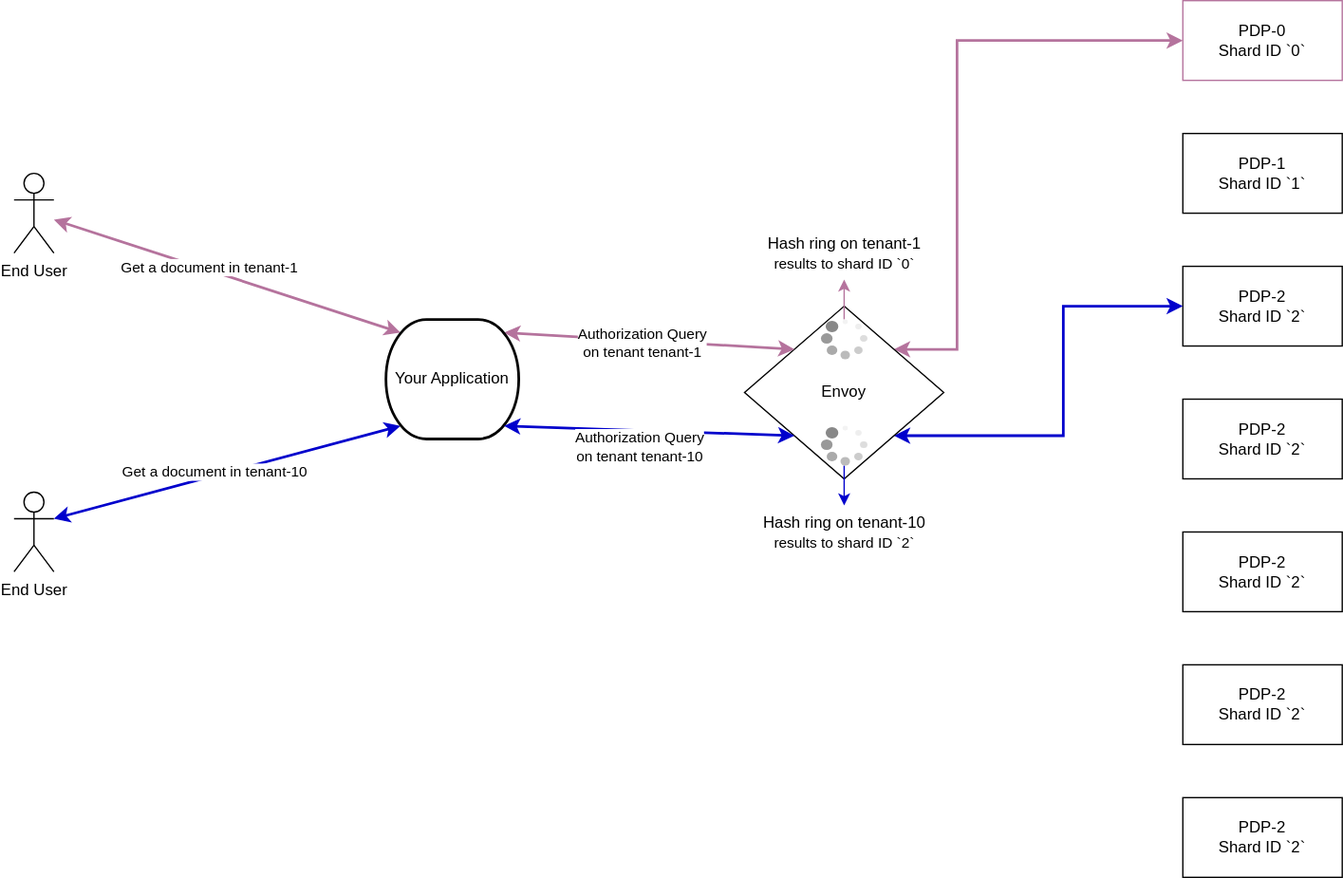
permitio/docs keeps this draw.io diagram as static/img/diagrams/sharded-pdps-diagram.svg. Above is the earlier version. Source tidied: cells renumbered, new cells last; positions are measured from the earlier drawing's top-left corner, leaving out a move shared by most shapes. The source it was exported from:
```xml
<mxGraphModel>
  <root>
    <mxCell id="0" />
    <mxCell id="1" parent="0" />
    <mxCell id="2" value="PDP-0&lt;br&gt;Shard ID `0`" style="rounded=0;whiteSpace=wrap;html=1;strokeColor=#B5739D;" parent="1" vertex="1">
      <mxGeometry x="880" width="120" height="60" as="geometry" />
    </mxCell>
    <mxCell id="3" value="PDP-1&lt;br&gt;Shard ID `1`" style="rounded=0;whiteSpace=wrap;html=1;" parent="1" vertex="1">
      <mxGeometry x="880" y="100" width="120" height="60" as="geometry" />
    </mxCell>
    <mxCell id="4" value="PDP-2&lt;br&gt;Shard ID `2`" style="rounded=0;whiteSpace=wrap;html=1;" parent="1" vertex="1">
      <mxGeometry x="880" y="200" width="120" height="60" as="geometry" />
    </mxCell>
    <mxCell id="5" style="edgeStyle=orthogonalEdgeStyle;rounded=0;jettySize=auto;html=1;entryX=0;entryY=0.5;entryDx=0;entryDy=0;exitX=1;exitY=0;exitDx=0;exitDy=0;strokeColor=#B5739D;startArrow=classic;startFill=1;strokeWidth=2;" parent="1" edge="1" source="7" target="2">
      <mxGeometry relative="1" as="geometry">
        <Array as="points">
          <mxPoint x="710" y="263" />
          <mxPoint x="710" y="30" />
        </Array>
      </mxGeometry>
    </mxCell>
    <mxCell id="6" style="edgeStyle=orthogonalEdgeStyle;rounded=0;jettySize=auto;html=1;exitX=1;exitY=1;exitDx=0;exitDy=0;entryX=0;entryY=0.5;entryDx=0;entryDy=0;strokeColor=#0000CC;startArrow=classic;startFill=1;strokeWidth=2;" parent="1" edge="1" source="7" target="4">
      <mxGeometry relative="1" as="geometry" />
    </mxCell>
    <mxCell id="7" value="Envoy" style="rhombus;whiteSpace=wrap;html=1;" parent="1" vertex="1">
      <mxGeometry x="550" y="230" width="150" height="130" as="geometry" />
    </mxCell>
    <mxCell id="8" style="rounded=0;jettySize=auto;html=1;strokeColor=#B5739D;startArrow=classic;startFill=1;entryX=0.11;entryY=0.11;entryDx=0;entryDy=0;entryPerimeter=0;strokeWidth=2;" parent="1" edge="1" source="15" target="14">
      <mxGeometry relative="1" as="geometry" />
    </mxCell>
    <mxCell id="9" value="Get a document in tenant-1" style="edgeLabel;html=1;align=center;verticalAlign=middle;" parent="8" vertex="1">
      <mxGeometry x="-0.11" y="2" relative="1" as="geometry" />
    </mxCell>
    <mxCell id="10" style="rounded=0;jettySize=auto;html=1;entryX=0.11;entryY=0.89;entryDx=0;entryDy=0;entryPerimeter=0;strokeColor=#0000CC;startArrow=classic;startFill=1;exitX=1;exitY=0.3333333333333333;exitDx=0;exitDy=0;exitPerimeter=0;strokeWidth=2;" parent="1" edge="1" source="16" target="14">
      <mxGeometry relative="1" as="geometry" />
    </mxCell>
    <mxCell id="11" value="Get a document in tenant-10" style="edgeLabel;html=1;align=center;verticalAlign=middle;" parent="10" vertex="1">
      <mxGeometry x="-0.06" y="3" relative="1" as="geometry" />
    </mxCell>
    <mxCell id="12" style="rounded=0;jettySize=auto;html=1;entryX=0;entryY=0;entryDx=0;entryDy=0;exitX=0.89;exitY=0.11;exitDx=0;exitDy=0;exitPerimeter=0;strokeColor=#B5739D;startArrow=classic;startFill=1;strokeWidth=2;" parent="1" edge="1" source="14" target="7">
      <mxGeometry relative="1" as="geometry" />
    </mxCell>
    <mxCell id="13" value="Authorization Query&lt;br&gt;on tenant tenant-1" style="edgeLabel;html=1;align=center;verticalAlign=middle;" parent="12" vertex="1">
      <mxGeometry x="-0.05" y="-2" relative="1" as="geometry" />
    </mxCell>
    <mxCell id="14" value="Your Application" style="strokeWidth=2;html=1;shape=mxgraph.flowchart.terminator;whiteSpace=wrap;" parent="1" vertex="1">
      <mxGeometry x="280" y="240" width="100" height="90" as="geometry" />
    </mxCell>
    <mxCell id="15" value="End User" style="shape=umlActor;verticalLabelPosition=bottom;verticalAlign=top;html=1;outlineConnect=0;" parent="1" vertex="1">
      <mxGeometry y="130" width="30" height="60" as="geometry" />
    </mxCell>
    <mxCell id="16" value="End User" style="shape=umlActor;verticalLabelPosition=bottom;verticalAlign=top;html=1;outlineConnect=0;" parent="1" vertex="1">
      <mxGeometry y="370" width="30" height="60" as="geometry" />
    </mxCell>
    <mxCell id="17" value="PDP-2&lt;br&gt;Shard ID `2`" style="rounded=0;whiteSpace=wrap;html=1;" parent="1" vertex="1">
      <mxGeometry x="880" y="500" width="120" height="60" as="geometry" />
    </mxCell>
    <mxCell id="18" value="PDP-2&lt;br&gt;Shard ID `2`" style="rounded=0;whiteSpace=wrap;html=1;" parent="1" vertex="1">
      <mxGeometry x="880" y="400" width="120" height="60" as="geometry" />
    </mxCell>
    <mxCell id="19" value="PDP-2&lt;br&gt;Shard ID `2`" style="rounded=0;whiteSpace=wrap;html=1;" parent="1" vertex="1">
      <mxGeometry x="880" y="600" width="120" height="60" as="geometry" />
    </mxCell>
    <mxCell id="20" value="PDP-2&lt;br&gt;Shard ID `2`" style="rounded=0;whiteSpace=wrap;html=1;" parent="1" vertex="1">
      <mxGeometry x="880" y="300" width="120" height="60" as="geometry" />
    </mxCell>
    <mxCell id="21" style="rounded=0;jettySize=auto;html=1;entryX=0;entryY=1;entryDx=0;entryDy=0;exitX=0.89;exitY=0.89;exitDx=0;exitDy=0;exitPerimeter=0;strokeColor=#0000CC;startArrow=classic;startFill=1;strokeWidth=2;" parent="1" edge="1" source="14" target="7">
      <mxGeometry relative="1" as="geometry" />
    </mxCell>
    <mxCell id="22" value="Authorization Query&lt;br style=&quot;border-color: var(--border-color);&quot;&gt;on tenant tenant-10" style="edgeLabel;html=1;align=center;verticalAlign=middle;" parent="21" vertex="1">
      <mxGeometry x="-0.07" relative="1" as="geometry">
        <mxPoint y="12" as="offset" />
      </mxGeometry>
    </mxCell>
    <mxCell id="23" style="edgeStyle=orthogonalEdgeStyle;rounded=0;jettySize=auto;html=1;strokeColor=#0000CC;" parent="1" edge="1" source="24" target="26">
      <mxGeometry relative="1" as="geometry" />
    </mxCell>
    <mxCell id="24" style="verticalLabelPosition=bottom;shadow=0;dashed=0;align=center;html=1;verticalAlign=top;strokeWidth=1;shape=mxgraph.mockup.misc.loading_circle_1;" parent="1" vertex="1">
      <mxGeometry x="607.5" y="320" width="35" height="30" as="geometry" />
    </mxCell>
    <mxCell id="25" value="Hash ring&amp;nbsp;on tenant-1&lt;br style=&quot;border-color: var(--border-color); font-size: 11px;&quot;&gt;&lt;span style=&quot;font-size: 11px; background-color: rgb(255, 255, 255);&quot;&gt;results to shard ID `0`&lt;/span&gt;" style="text;html=1;align=center;verticalAlign=middle;points=[];strokeColor=none;fillColor=none;" parent="1" vertex="1">
      <mxGeometry x="555" y="170" width="140" height="40" as="geometry" />
    </mxCell>
    <mxCell id="26" value="Hash ring&amp;nbsp;on tenant-10&lt;br style=&quot;border-color: var(--border-color); font-size: 11px;&quot;&gt;&lt;span style=&quot;font-size: 11px; background-color: rgb(255, 255, 255);&quot;&gt;results to shard ID `2`&lt;/span&gt;" style="text;html=1;align=center;verticalAlign=middle;points=[];strokeColor=none;fillColor=none;" parent="1" vertex="1">
      <mxGeometry x="550" y="380" width="150" height="40" as="geometry" />
    </mxCell>
    <mxCell id="27" style="edgeStyle=orthogonalEdgeStyle;rounded=0;jettySize=auto;html=1;strokeColor=#B5739D;" parent="1" edge="1" source="28" target="25">
      <mxGeometry relative="1" as="geometry" />
    </mxCell>
    <mxCell id="28" style="verticalLabelPosition=bottom;shadow=0;dashed=0;align=center;html=1;verticalAlign=top;strokeWidth=1;shape=mxgraph.mockup.misc.loading_circle_1;" parent="1" vertex="1">
      <mxGeometry x="607.5" y="240" width="35" height="30" as="geometry" />
    </mxCell>
  </root>
</mxGraphModel>
```
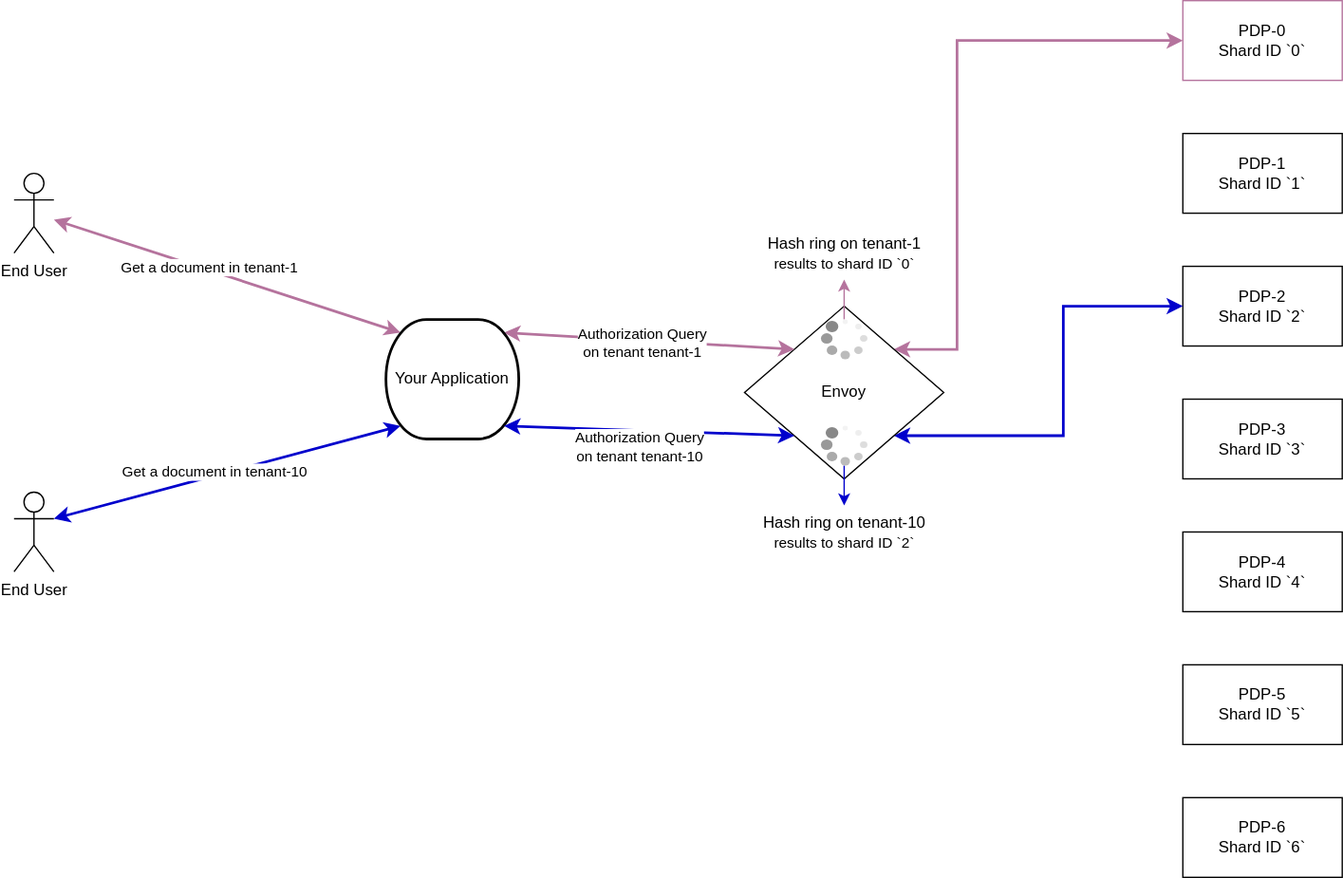
Later version of the same file.

Commit message:
fix typo and diagram content

The edit, as a diff of the source:
```diff
@@ -52,16 +52,16 @@
     <mxCell id="16" value="End User" style="shape=umlActor;verticalLabelPosition=bottom;verticalAlign=top;html=1;outlineConnect=0;" parent="1" vertex="1">
       <mxGeometry y="370" width="30" height="60" as="geometry" />
     </mxCell>
-    <mxCell id="17" value="PDP-2&lt;br&gt;Shard ID `2`" style="rounded=0;whiteSpace=wrap;html=1;" parent="1" vertex="1">
+    <mxCell id="17" value="PDP-5&lt;br&gt;Shard ID `5`" style="rounded=0;whiteSpace=wrap;html=1;" parent="1" vertex="1">
       <mxGeometry x="880" y="500" width="120" height="60" as="geometry" />
     </mxCell>
-    <mxCell id="18" value="PDP-2&lt;br&gt;Shard ID `2`" style="rounded=0;whiteSpace=wrap;html=1;" parent="1" vertex="1">
+    <mxCell id="18" value="PDP-4&lt;br&gt;Shard ID `4`" style="rounded=0;whiteSpace=wrap;html=1;" parent="1" vertex="1">
       <mxGeometry x="880" y="400" width="120" height="60" as="geometry" />
     </mxCell>
-    <mxCell id="19" value="PDP-2&lt;br&gt;Shard ID `2`" style="rounded=0;whiteSpace=wrap;html=1;" parent="1" vertex="1">
+    <mxCell id="19" value="PDP-6&lt;br&gt;Shard ID `6`" style="rounded=0;whiteSpace=wrap;html=1;" parent="1" vertex="1">
       <mxGeometry x="880" y="600" width="120" height="60" as="geometry" />
     </mxCell>
-    <mxCell id="20" value="PDP-2&lt;br&gt;Shard ID `2`" style="rounded=0;whiteSpace=wrap;html=1;" parent="1" vertex="1">
+    <mxCell id="20" value="PDP-3&lt;br&gt;Shard ID `3`" style="rounded=0;whiteSpace=wrap;html=1;" parent="1" vertex="1">
       <mxGeometry x="880" y="300" width="120" height="60" as="geometry" />
     </mxCell>
     <mxCell id="21" style="rounded=0;jettySize=auto;html=1;entryX=0;entryY=1;entryDx=0;entryDy=0;exitX=0.89;exitY=0.89;exitDx=0;exitDy=0;exitPerimeter=0;strokeColor=#0000CC;startArrow=classic;startFill=1;strokeWidth=2;" parent="1" edge="1" source="14" target="7">
```
